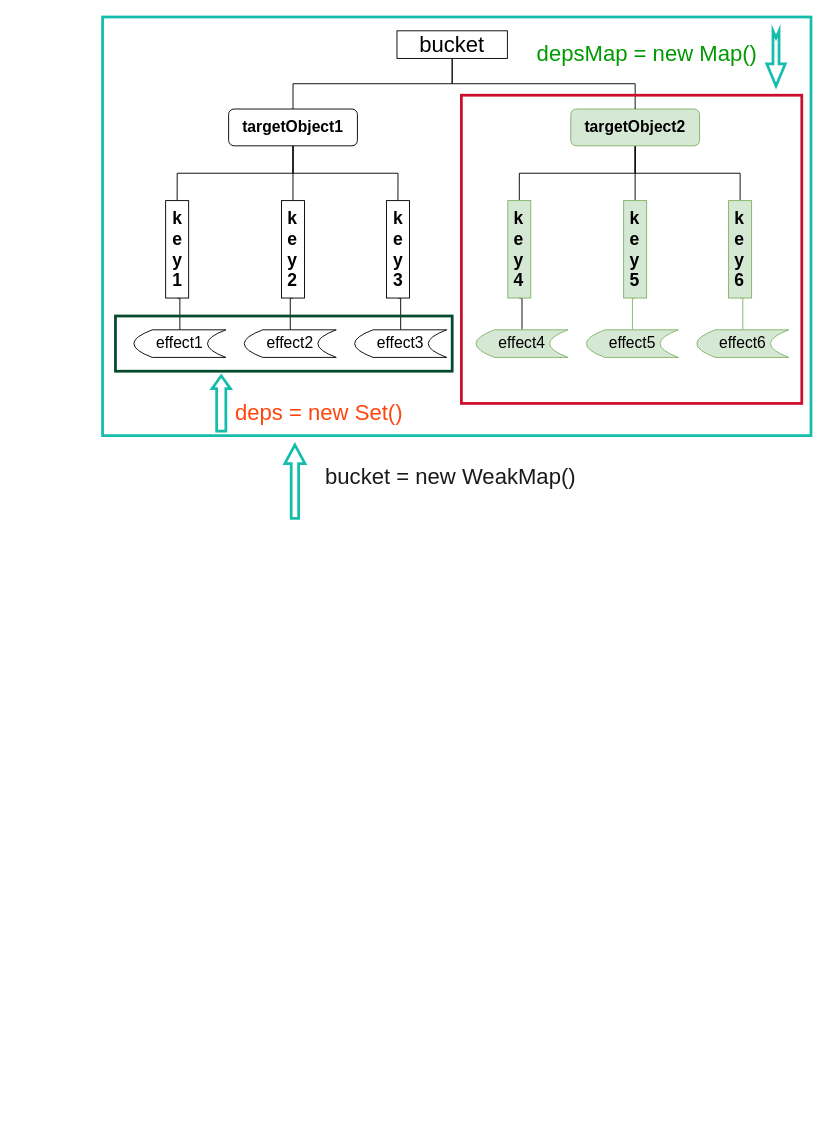
Above: 4.响应系统的作用与实现/vue-bucket.drawio in simple5960/vue- (draw.io), before the change. Source tidied: cells renumbered, new cells numbered last; positions are measured from the earlier drawing's top-left corner, leaving out a move shared by most shapes. Both pictures are drawn from the tidied source at 92%, with x=0, y=0 at pixel (102, 17).
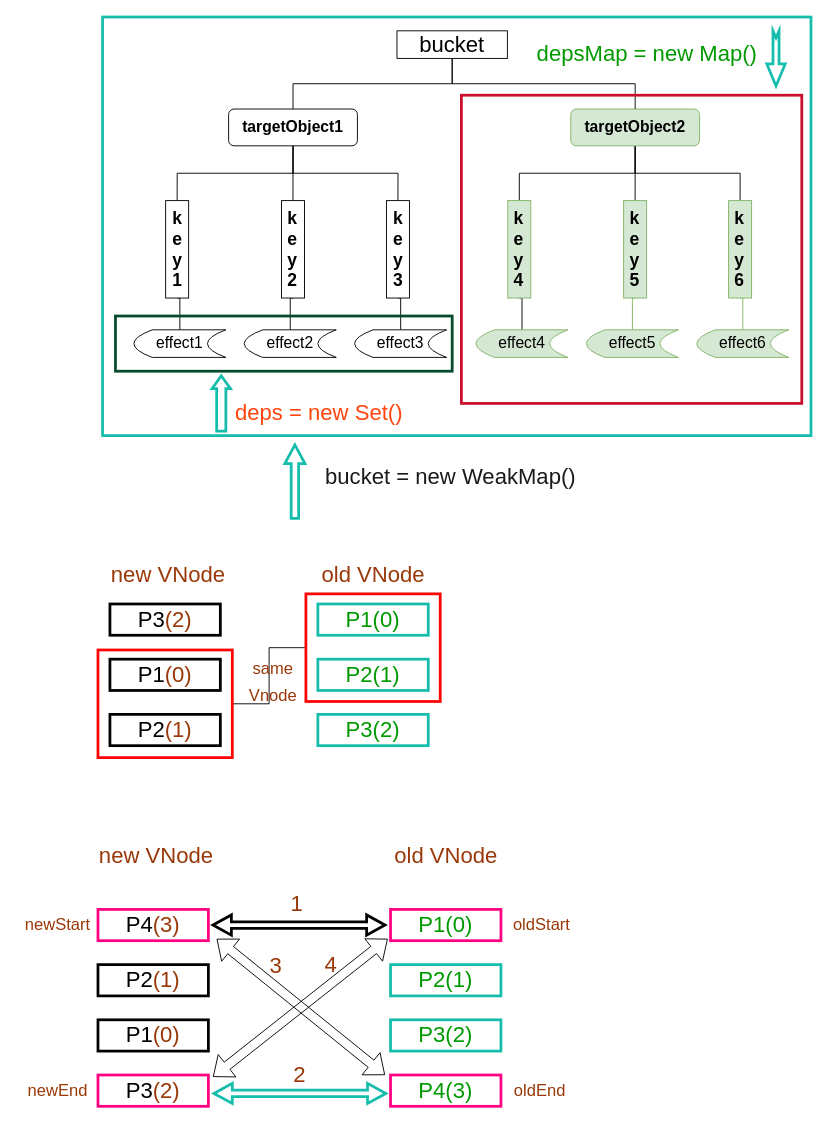
The same page after the edit.

What changed in the source:
```diff
@@
+    <mxCell id="40" value="P3&lt;font color=&quot;#993808&quot;&gt;(2)&lt;/font&gt;" style="rounded=0;whiteSpace=wrap;html=1;fontSize=24;strokeWidth=3;strokeColor=#000000;" parent="1" vertex="1">
+      <mxGeometry x="8" y="638" width="120" height="34" as="geometry" />
+    </mxCell>
+    <mxCell id="41" value="P1&lt;font color=&quot;#993808&quot;&gt;(0)&lt;/font&gt;" style="rounded=0;whiteSpace=wrap;html=1;fontSize=24;strokeWidth=3;fillColor=none;" parent="1" vertex="1">
+      <mxGeometry x="8" y="698" width="120" height="34" as="geometry" />
+    </mxCell>
+    <mxCell id="42" value="P2&lt;font color=&quot;#993808&quot;&gt;(1)&lt;/font&gt;" style="rounded=0;whiteSpace=wrap;html=1;fontSize=24;strokeWidth=3;fillColor=none;" parent="1" vertex="1">
+      <mxGeometry x="8" y="758" width="120" height="34" as="geometry" />
+    </mxCell>
+    <mxCell id="43" value="P1(0)" style="rounded=0;whiteSpace=wrap;html=1;fontSize=24;fontColor=#009900;strokeColor=#15BDAC;strokeWidth=3;" parent="1" vertex="1">
+      <mxGeometry x="234" y="638" width="120" height="34" as="geometry" />
+    </mxCell>
+    <mxCell id="44" value="P2(1)" style="rounded=0;whiteSpace=wrap;html=1;fontSize=24;fontColor=#009900;strokeColor=#15BDAC;strokeWidth=3;" parent="1" vertex="1">
+      <mxGeometry x="234" y="698" width="120" height="34" as="geometry" />
+    </mxCell>
+    <mxCell id="45" value="P3(2)" style="rounded=0;whiteSpace=wrap;html=1;fontSize=24;fontColor=#009900;strokeColor=#15BDAC;strokeWidth=3;" parent="1" vertex="1">
+      <mxGeometry x="234" y="758" width="120" height="34" as="geometry" />
+    </mxCell>
+    <mxCell id="46" value="new VNode" style="text;html=1;align=center;verticalAlign=middle;strokeColor=none;fillColor=none;fontSize=24;fontColor=#993808;" parent="1" vertex="1">
+      <mxGeometry y="586" width="142" height="41" as="geometry" />
+    </mxCell>
+    <mxCell id="47" value="old VNode" style="text;html=1;align=center;verticalAlign=middle;strokeColor=none;fillColor=none;fontSize=24;fontColor=#993808;" parent="1" vertex="1">
+      <mxGeometry x="229" y="586" width="130" height="41" as="geometry" />
+    </mxCell>
+    <mxCell id="48" style="edgeStyle=orthogonalEdgeStyle;rounded=0;jettySize=auto;html=1;exitX=1;exitY=0.5;exitDx=0;exitDy=0;entryX=0;entryY=0.5;entryDx=0;entryDy=0;fontSize=24;fontColor=#993808;endArrow=none;endFill=0;" parent="1" edge="1" source="49" target="50">
+      <mxGeometry relative="1" as="geometry" />
+    </mxCell>
+    <mxCell id="49" style="rounded=0;whiteSpace=wrap;html=1;fontSize=24;strokeWidth=3;fillColor=none;strokeColor=#FF0303;" parent="1" vertex="1">
+      <mxGeometry x="-5" y="688" width="146" height="117" as="geometry" />
+    </mxCell>
+    <mxCell id="50" style="rounded=0;whiteSpace=wrap;html=1;fontSize=24;strokeWidth=3;fillColor=none;strokeColor=#FF0303;" parent="1" vertex="1">
+      <mxGeometry x="221" y="627" width="146" height="117" as="geometry" />
+    </mxCell>
+    <mxCell id="51" value="&lt;font style=&quot;font-size: 18px;&quot;&gt;same&lt;br&gt;Vnode&lt;/font&gt;" style="text;html=1;align=center;verticalAlign=middle;strokeColor=none;fillColor=none;fontSize=24;fontColor=#993808;" parent="1" vertex="1">
+      <mxGeometry x="150" y="686" width="70" height="70" as="geometry" />
+    </mxCell>
+    <mxCell id="52" value="P4&lt;font color=&quot;#993808&quot;&gt;(3)&lt;/font&gt;" style="rounded=0;whiteSpace=wrap;html=1;fontSize=24;strokeWidth=3;strokeColor=#FF0080;" parent="1" vertex="1">
+      <mxGeometry x="-5" y="970" width="120" height="34" as="geometry" />
+    </mxCell>
+    <mxCell id="53" value="P2&lt;font color=&quot;#993808&quot;&gt;(1)&lt;/font&gt;" style="rounded=0;whiteSpace=wrap;html=1;fontSize=24;strokeWidth=3;fillColor=none;" parent="1" vertex="1">
+      <mxGeometry x="-5" y="1030" width="120" height="34" as="geometry" />
+    </mxCell>
+    <mxCell id="54" value="P1&lt;font color=&quot;#993808&quot;&gt;(0)&lt;/font&gt;" style="rounded=0;whiteSpace=wrap;html=1;fontSize=24;strokeWidth=3;fillColor=none;" parent="1" vertex="1">
+      <mxGeometry x="-5" y="1090" width="120" height="34" as="geometry" />
+    </mxCell>
+    <mxCell id="55" value="P1(0)" style="rounded=0;whiteSpace=wrap;html=1;fontSize=24;fontColor=#009900;strokeColor=#FF0080;strokeWidth=3;" parent="1" vertex="1">
+      <mxGeometry x="313" y="970" width="120" height="34" as="geometry" />
+    </mxCell>
+    <mxCell id="56" value="P2(1)" style="rounded=0;whiteSpace=wrap;html=1;fontSize=24;fontColor=#009900;strokeColor=#15BDAC;strokeWidth=3;" parent="1" vertex="1">
+      <mxGeometry x="313" y="1030" width="120" height="34" as="geometry" />
+    </mxCell>
+    <mxCell id="57" value="P3(2)" style="rounded=0;whiteSpace=wrap;html=1;fontSize=24;fontColor=#009900;strokeColor=#15BDAC;strokeWidth=3;" parent="1" vertex="1">
+      <mxGeometry x="313" y="1090" width="120" height="34" as="geometry" />
+    </mxCell>
+    <mxCell id="58" value="new VNode" style="text;html=1;align=center;verticalAlign=middle;strokeColor=none;fillColor=none;fontSize=24;fontColor=#993808;" parent="1" vertex="1">
+      <mxGeometry x="-13" y="891" width="142" height="41" as="geometry" />
+    </mxCell>
+    <mxCell id="59" value="old VNode" style="text;html=1;align=center;verticalAlign=middle;strokeColor=none;fillColor=none;fontSize=24;fontColor=#993808;" parent="1" vertex="1">
+      <mxGeometry x="308" y="891" width="130" height="41" as="geometry" />
+    </mxCell>
+    <mxCell id="60" value="P4(3)" style="rounded=0;whiteSpace=wrap;html=1;fontSize=24;fontColor=#009900;strokeColor=#FF0080;strokeWidth=3;" parent="1" vertex="1">
+      <mxGeometry x="313" y="1150" width="120" height="34" as="geometry" />
+    </mxCell>
+    <mxCell id="61" value="P3&lt;font color=&quot;#993808&quot;&gt;(2)&lt;/font&gt;" style="rounded=0;whiteSpace=wrap;html=1;fontSize=24;strokeWidth=3;fillColor=none;strokeColor=#FF0080;" parent="1" vertex="1">
+      <mxGeometry x="-5" y="1150" width="120" height="34" as="geometry" />
+    </mxCell>
+    <mxCell id="62" value="oldStart" style="text;html=1;align=center;verticalAlign=middle;strokeColor=none;fillColor=none;fontSize=18;fontColor=#993808;" parent="1" vertex="1">
+      <mxGeometry x="437" y="970" width="80" height="34" as="geometry" />
+    </mxCell>
+    <mxCell id="63" value="oldEnd" style="text;html=1;align=center;verticalAlign=middle;strokeColor=none;fillColor=none;fontSize=18;fontColor=#993808;" parent="1" vertex="1">
+      <mxGeometry x="438" y="1150" width="74" height="34" as="geometry" />
+    </mxCell>
+    <mxCell id="64" value="newStart" style="text;html=1;align=center;verticalAlign=middle;strokeColor=none;fillColor=none;fontSize=18;fontColor=#993808;" parent="1" vertex="1">
+      <mxGeometry x="-94" y="970" width="89" height="34" as="geometry" />
+    </mxCell>
+    <mxCell id="65" value="newEnd" style="text;html=1;align=center;verticalAlign=middle;strokeColor=none;fillColor=none;fontSize=18;fontColor=#993808;" parent="1" vertex="1">
+      <mxGeometry x="-91" y="1150" width="83" height="34" as="geometry" />
+    </mxCell>
+    <mxCell id="66" style="html=1;shadow=0;dashed=0;align=center;verticalAlign=middle;shape=mxgraph.arrows2.twoWayArrow;dy=0.68;dx=20;fontSize=18;fontColor=#993808;strokeColor=#000000;strokeWidth=3;" parent="1" vertex="1">
+      <mxGeometry x="120" y="976" width="187" height="22" as="geometry" />
+    </mxCell>
+    <mxCell id="67" style="html=1;shadow=0;dashed=0;align=center;verticalAlign=middle;shape=mxgraph.arrows2.twoWayArrow;dy=0.68;dx=20;fontSize=18;fontColor=#993808;strokeColor=#15BDAC;strokeWidth=3;" parent="1" vertex="1">
+      <mxGeometry x="121" y="1159" width="187" height="22" as="geometry" />
+    </mxCell>
+    <mxCell id="68" style="shape=flexArrow;endArrow=classic;startArrow=classic;html=1;rounded=0;fontSize=18;fontColor=#993808;" parent="1" edge="1">
+      <mxGeometry relative="1" as="geometry">
+        <mxPoint x="120" y="1152" as="sourcePoint" />
+        <mxPoint x="310" y="1002" as="targetPoint" />
+      </mxGeometry>
+    </mxCell>
+    <mxCell id="69" style="shape=flexArrow;endArrow=classic;startArrow=classic;html=1;rounded=0;fontSize=18;fontColor=#993808;" parent="1" edge="1">
+      <mxGeometry relative="1" as="geometry">
+        <mxPoint x="124" y="1002" as="sourcePoint" />
+        <mxPoint x="307" y="1150" as="targetPoint" />
+      </mxGeometry>
+    </mxCell>
+    <mxCell id="70" value="1" style="text;html=1;align=center;verticalAlign=middle;strokeColor=none;fillColor=none;fontSize=24;fontColor=#993808;strokeWidth=3;" parent="1" vertex="1">
+      <mxGeometry x="195.1" y="943" width="31" height="41" as="geometry" />
+    </mxCell>
+    <mxCell id="71" value="2" style="text;html=1;align=center;verticalAlign=middle;strokeColor=none;fillColor=none;fontSize=24;fontColor=#993808;" parent="1" vertex="1">
+      <mxGeometry x="198.1" y="1129" width="31" height="41" as="geometry" />
+    </mxCell>
+    <mxCell id="72" value="3" style="text;html=1;align=center;verticalAlign=middle;strokeColor=none;fillColor=none;fontSize=24;fontColor=#993808;" parent="1" vertex="1">
+      <mxGeometry x="172" y="1011" width="31" height="41" as="geometry" />
+    </mxCell>
+    <mxCell id="73" value="4" style="text;html=1;align=center;verticalAlign=middle;strokeColor=none;fillColor=none;fontSize=24;fontColor=#993808;" parent="1" vertex="1">
+      <mxGeometry x="232" y="1009" width="31" height="41" as="geometry" />
+    </mxCell>
```
